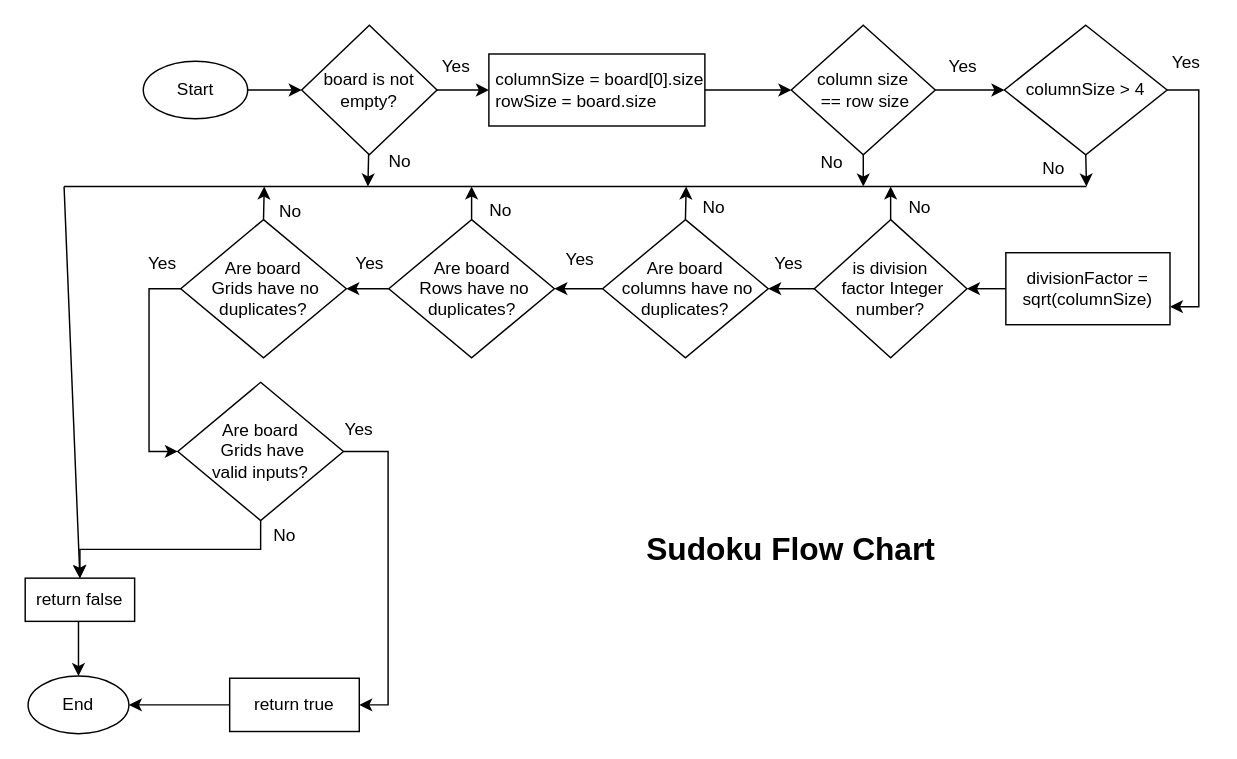
Earlier version of the draw.io diagram flowChart/Sduko-flow-chart.drawio (poula22/the_chance_task-1). Source tidied: cells renumbered, new cells numbered last; positions are measured from the earlier drawing's top-left corner, leaving out a move shared by most shapes. Both pictures are drawn from the tidied source at 144%, with x=0, y=0 at pixel (24, 24).
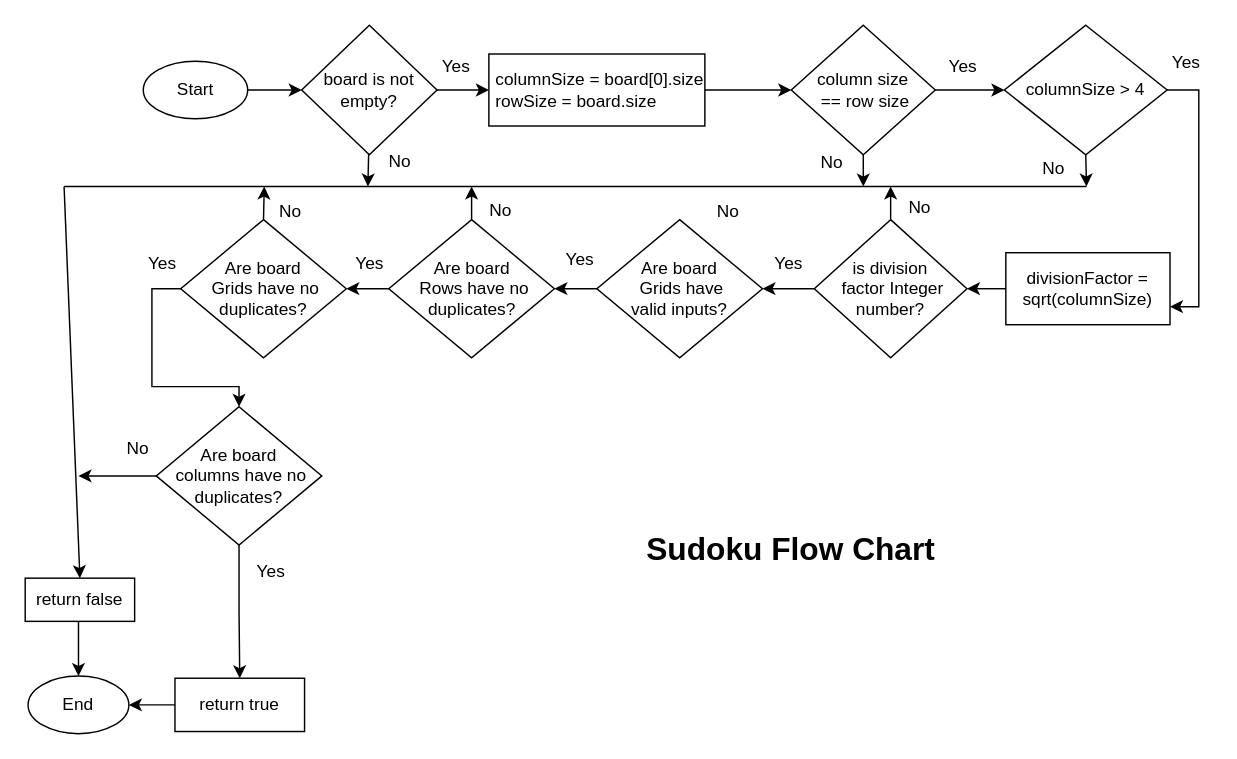
The same page after the edit.

Commit message (it also covers changes not shown here):
Sudoku performance enhancement: - add are areSudokuNumbersValid function - optimise areSudokuGridsValid performance - change Sudoku Flow Chart

The change refers to these unchanged cells:
```xml
<mxCell id="18" value="is division&lt;br&gt;&amp;nbsp;factor Integer number?" style="rhombus;whiteSpace=wrap;html=1;" parent="1" vertex="1">
  <mxGeometry x="548" y="135" width="106" height="96" as="geometry" />
</mxCell>
<mxCell id="24" value="return false" style="rounded=0;whiteSpace=wrap;html=1;" parent="1" vertex="1">
  <mxGeometry y="384" width="76" height="30" as="geometry" />
</mxCell>
<mxCell id="29" value="Are board&lt;br&gt;&amp;nbsp;Rows have no duplicates?" style="rhombus;whiteSpace=wrap;html=1;" parent="1" vertex="1">
  <mxGeometry x="252.5" y="135" width="115" height="96" as="geometry" />
</mxCell>
<mxCell id="32" value="Are board&lt;br&gt;&amp;nbsp;Grids have no duplicates?" style="rhombus;whiteSpace=wrap;html=1;" parent="1" vertex="1">
  <mxGeometry x="108" y="135" width="115" height="96" as="geometry" />
</mxCell>
```

Diff of the diagram source:
```diff
@@
-    <mxCell id="16" style="edgeStyle=orthogonalEdgeStyle;rounded=0;jettySize=auto;html=1;" parent="1" edge="1" source="18" target="21">
-      <mxGeometry relative="1" as="geometry" />
-    </mxCell>
@@
+    <mxCell id="56" style="edgeStyle=orthogonalEdgeStyle;rounded=0;jettySize=auto;html=1;exitX=0;exitY=0.5;exitDx=0;exitDy=0;entryX=1;entryY=0.5;entryDx=0;entryDy=0;" parent="1" edge="1" source="18" target="35">
+      <mxGeometry relative="1" as="geometry" />
+    </mxCell>
@@
-    <mxCell id="19" style="edgeStyle=orthogonalEdgeStyle;rounded=0;jettySize=auto;html=1;exitX=0;exitY=0.5;exitDx=0;exitDy=0;entryX=1;entryY=0.5;entryDx=0;entryDy=0;" parent="1" edge="1" source="21" target="29">
-      <mxGeometry relative="1" as="geometry" />
-    </mxCell>
-    <mxCell id="20" style="edgeStyle=orthogonalEdgeStyle;rounded=0;jettySize=auto;html=1;exitX=0.5;exitY=0;exitDx=0;exitDy=0;" parent="1" edge="1" source="21">
-      <mxGeometry relative="1" as="geometry">
-        <mxPoint x="459" y="112" as="targetPoint" />
-      </mxGeometry>
-    </mxCell>
+    <mxCell id="57" style="edgeStyle=orthogonalEdgeStyle;rounded=0;jettySize=auto;html=1;exitX=0.5;exitY=1;exitDx=0;exitDy=0;entryX=0.5;entryY=0;entryDx=0;entryDy=0;" parent="1" edge="1" source="21" target="26">
+      <mxGeometry relative="1" as="geometry" />
+    </mxCell>
+    <mxCell id="58" style="edgeStyle=orthogonalEdgeStyle;rounded=0;jettySize=auto;html=1;exitX=0;exitY=0.5;exitDx=0;exitDy=0;" parent="1" edge="1" source="21">
+      <mxGeometry relative="1" as="geometry">
+        <mxPoint x="37" y="313" as="targetPoint" />
+      </mxGeometry>
+    </mxCell>
     <mxCell id="21" value="Are board&lt;br&gt;&amp;nbsp;columns have no duplicates?" style="rhombus;whiteSpace=wrap;html=1;" parent="1" vertex="1">
-      <mxGeometry x="401" y="135" width="115" height="96" as="geometry" />
+      <mxGeometry x="91" y="265" width="115" height="96" as="geometry" />
     </mxCell>
@@
     <mxCell id="26" value="return true" style="rounded=0;whiteSpace=wrap;html=1;" parent="1" vertex="1">
-      <mxGeometry x="142" y="453.5" width="90" height="37" as="geometry" />
+      <mxGeometry x="104" y="453.5" width="90" height="37" as="geometry" />
     </mxCell>
@@
-    <mxCell id="30" style="edgeStyle=orthogonalEdgeStyle;rounded=0;jettySize=auto;html=1;exitX=0;exitY=0.5;exitDx=0;exitDy=0;entryX=0;entryY=0.5;entryDx=0;entryDy=0;" parent="1" edge="1" source="32" target="35">
-      <mxGeometry relative="1" as="geometry" />
-    </mxCell>
@@
+    <mxCell id="59" style="edgeStyle=orthogonalEdgeStyle;rounded=0;jettySize=auto;html=1;exitX=0;exitY=0.5;exitDx=0;exitDy=0;entryX=0.5;entryY=0;entryDx=0;entryDy=0;" parent="1" edge="1" source="32" target="21">
+      <mxGeometry relative="1" as="geometry" />
+    </mxCell>
@@
-    <mxCell id="33" style="edgeStyle=orthogonalEdgeStyle;rounded=0;jettySize=auto;html=1;exitX=0.5;exitY=1;exitDx=0;exitDy=0;entryX=0.5;entryY=0;entryDx=0;entryDy=0;" parent="1" edge="1" source="35" target="24">
-      <mxGeometry relative="1" as="geometry" />
-    </mxCell>
-    <mxCell id="34" style="edgeStyle=orthogonalEdgeStyle;rounded=0;jettySize=auto;html=1;exitX=1;exitY=0.5;exitDx=0;exitDy=0;entryX=1;entryY=0.5;entryDx=0;entryDy=0;" parent="1" edge="1" source="35" target="26">
-      <mxGeometry relative="1" as="geometry" />
-    </mxCell>
+    <mxCell id="60" style="edgeStyle=orthogonalEdgeStyle;rounded=0;jettySize=auto;html=1;exitX=0;exitY=0.5;exitDx=0;exitDy=0;entryX=1;entryY=0.5;entryDx=0;entryDy=0;" parent="1" edge="1" source="35" target="29">
+      <mxGeometry relative="1" as="geometry" />
+    </mxCell>
     <mxCell id="35" value="Are board&lt;br&gt;&amp;nbsp;Grids have &lt;br&gt;valid inputs?" style="rhombus;whiteSpace=wrap;html=1;" parent="1" vertex="1">
-      <mxGeometry x="106" y="248" width="115" height="96" as="geometry" />
+      <mxGeometry x="397" y="135" width="115" height="96" as="geometry" />
     </mxCell>
@@
     <mxCell id="46" value="Yes" style="text;html=1;strokeColor=none;fillColor=none;align=center;verticalAlign=middle;whiteSpace=wrap;rounded=0;" parent="1" vertex="1">
-      <mxGeometry x="215.5" y="273" width="31.5" height="16" as="geometry" />
+      <mxGeometry x="154.5" y="372" width="31.5" height="16" as="geometry" />
     </mxCell>
     <mxCell id="47" value="No" style="text;html=1;strokeColor=none;fillColor=none;align=center;verticalAlign=middle;whiteSpace=wrap;rounded=0;" parent="1" vertex="1">
-      <mxGeometry x="169" y="347" width="23" height="16" as="geometry" />
+      <mxGeometry x="477" y="122" width="23" height="16" as="geometry" />
     </mxCell>
@@
     <mxCell id="51" value="No" style="text;html=1;strokeColor=none;fillColor=none;align=center;verticalAlign=middle;whiteSpace=wrap;rounded=0;" parent="1" vertex="1">
-      <mxGeometry x="467" y="119" width="23" height="16" as="geometry" />
+      <mxGeometry x="67" y="286" width="23" height="16" as="geometry" />
     </mxCell>
```
